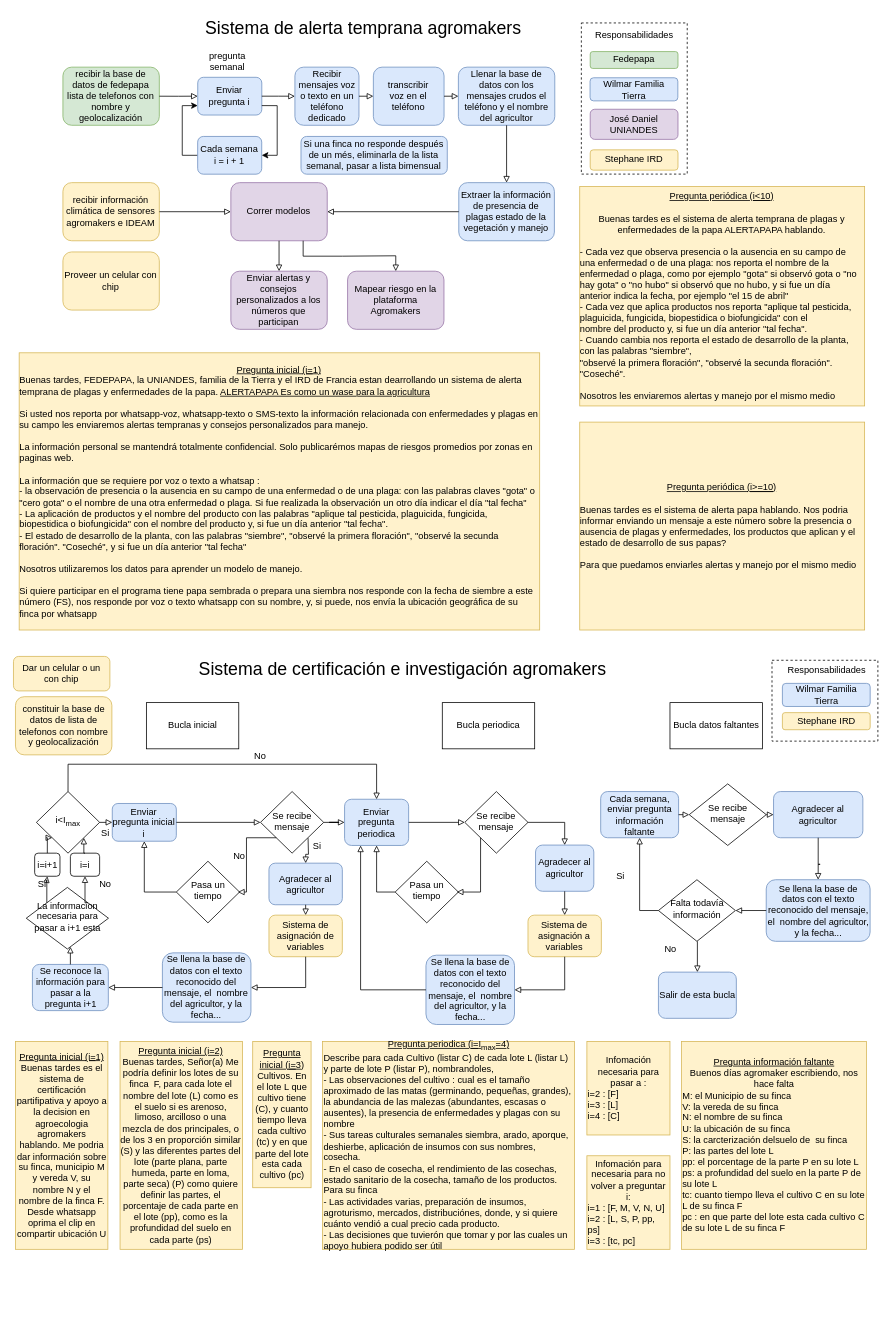
stdupas/agromakersPorVoz keeps this draw.io diagram as AgromakersDataSemanal.drawio. Above is the earlier version. Source tidied: cells renumbered, new cells numbered last; positions are measured from the earlier drawing's top-left corner, leaving out a move shared by most shapes. Both pictures are drawn from the tidied source at 77%, with x=0, y=0 at pixel (13, 20). Pictures stored in the file or linked from it are replaced by grey dashed boxes.
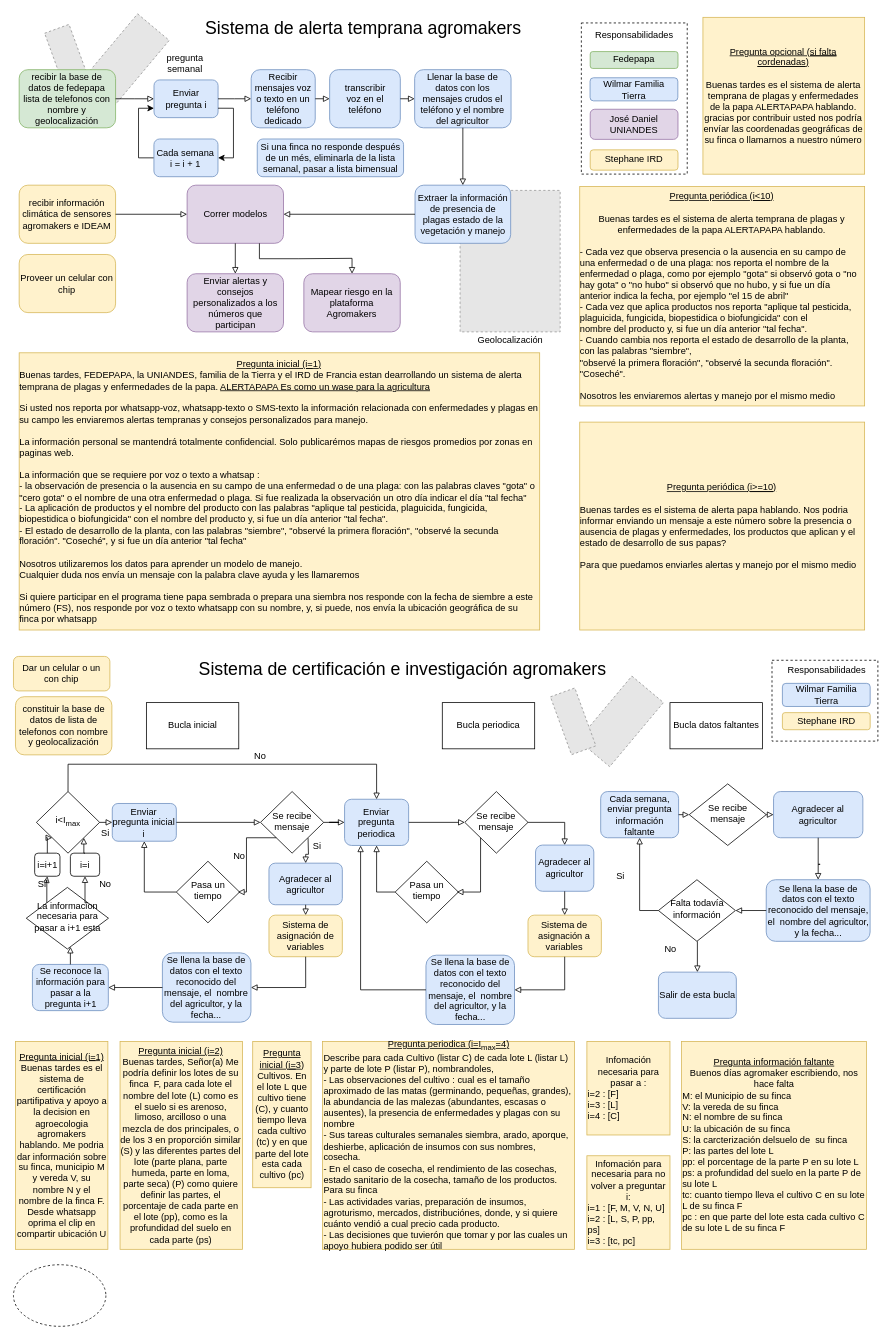
The same page after the edit.

The edit, as a diff of the source:
```diff
@@
+    <mxCell id="115" style="fillColor=#E6E6E6;strokeColor=#999999;dashed=1;verticalLabelPosition=bottom;labelBackgroundColor=#ffffff;verticalAlign=top;rotation=40;" parent="1" vertex="1">
+      <mxGeometry x="120" y="-4" width="53.6" height="108.7" as="geometry" />
+    </mxCell>
+    <mxCell id="116" style="fillColor=#E6E6E6;strokeColor=#999999;dashed=1;verticalLabelPosition=bottom;labelBackgroundColor=#ffffff;verticalAlign=top;rotation=340;" parent="1" vertex="1">
+      <mxGeometry x="53.1" y="8.5" width="33.7" height="80" as="geometry" />
+    </mxCell>
+    <mxCell id="117" style="fillColor=#E6E6E6;strokeColor=#999999;dashed=1;verticalLabelPosition=bottom;labelBackgroundColor=#ffffff;verticalAlign=top;" parent="1" vertex="1">
+      <mxGeometry x="580" y="220.8" width="130" height="183.7" as="geometry" />
+    </mxCell>
@@
-    <mxCell id="3" value="&lt;div&gt;&lt;u&gt;Pregunta inicial &lt;/u&gt;&lt;u&gt;&lt;u&gt;(i=&lt;/u&gt;1)&lt;/u&gt;&lt;br&gt;&lt;/div&gt;&lt;div align=&quot;left&quot;&gt;Buenas tardes, FEDEPAPA, la UNIANDES, familia de la Tierra y el IRD de Francia estan dearrollando un sistema de alerta temprana de plagas y enfermedades de la papa. &lt;u&gt;ALERTAPAPA Es como un wase para la agricultura&lt;/u&gt;&lt;br&gt;&lt;/div&gt;&lt;div align=&quot;left&quot;&gt;&lt;br&gt;&lt;/div&gt;&lt;div align=&quot;left&quot;&gt;Si usted nos reporta por whatsapp-voz, whatsapp-texto o SMS-texto la información relacionada con enfermedades y plagas en su campo les enviaremos alertas tempranas y consejos personalizados para manejo. &lt;br&gt;&lt;/div&gt;&lt;div align=&quot;left&quot;&gt;&lt;br&gt;&lt;/div&gt;&lt;div align=&quot;left&quot;&gt;La información personal se mantendrá totalmente confidencial. Solo publicarémos mapas de riesgos promedios por zonas en paginas web.&lt;br&gt;&lt;/div&gt;&lt;div align=&quot;left&quot;&gt;&lt;br&gt;&lt;/div&gt;&lt;div align=&quot;left&quot;&gt;La información que se requiere por voz o texto a whatsap :&lt;br&gt;&lt;/div&gt;&lt;div align=&quot;left&quot;&gt;- la observación de presencia o la ausencia en su campo de una enfermedad o de una plaga: con las palabras claves &quot;gota&quot; o &quot;cero gota&quot; o el nombre de una otra enfermedad o plaga. Si fue realizada la observación un otro día indicar el día &quot;tal fecha&quot;&lt;/div&gt;&lt;div align=&quot;left&quot;&gt;- La aplicación de productos y el nombre del producto con las palabras &quot;aplique tal pesticida, plaguicida, fungicida, biopestidica o biofungicida&quot; con el nombre del producto y, si fue un día anterior &quot;tal fecha&quot;.&lt;/div&gt;&lt;div align=&quot;left&quot;&gt;- El estado de desarrollo de la planta, con las palabras &quot;siembre&quot;, &quot;observé la primera floración&quot;, &quot;observé la secunda floración&quot;. &quot;Coseché&quot;, y si fue un día anterior &quot;tal fecha&quot;&lt;br&gt;&lt;/div&gt;&lt;div&gt;&lt;br&gt;&lt;/div&gt;&lt;div align=&quot;left&quot;&gt;Nosotros utilizaremos los datos para aprender un modelo de manejo.&lt;/div&gt;&lt;div align=&quot;left&quot;&gt;&lt;br&gt;&lt;/div&gt;&lt;div align=&quot;left&quot;&gt;Si quiere participar en el programa tiene papa sembrada o prepara una siembra nos responde con la fecha de siembre a este número (FS), nos responde por voz o texto whatsapp con su nombre, y, si puede, nos envía la ubicación geográfica de su finca por whatsapp&lt;br&gt;&lt;/div&gt;" style="rounded=0;whiteSpace=wrap;html=1;fillColor=#fff2cc;strokeColor=#d6b656;" parent="1" vertex="1">
+    <mxCell id="3" value="&lt;div&gt;&lt;u&gt;Pregunta inicial &lt;/u&gt;&lt;u&gt;&lt;u&gt;(i=&lt;/u&gt;1)&lt;/u&gt;&lt;br&gt;&lt;/div&gt;&lt;div align=&quot;left&quot;&gt;Buenas tardes, FEDEPAPA, la UNIANDES, familia de la Tierra y el IRD de Francia estan dearrollando un sistema de alerta temprana de plagas y enfermedades de la papa. &lt;u&gt;ALERTAPAPA Es como un wase para la agricultura&lt;/u&gt;&lt;br&gt;&lt;/div&gt;&lt;div align=&quot;left&quot;&gt;&lt;br&gt;&lt;/div&gt;&lt;div align=&quot;left&quot;&gt;Si usted nos reporta por whatsapp-voz, whatsapp-texto o SMS-texto la información relacionada con enfermedades y plagas en su campo les enviaremos alertas tempranas y consejos personalizados para manejo. &lt;br&gt;&lt;/div&gt;&lt;div align=&quot;left&quot;&gt;&lt;br&gt;&lt;/div&gt;&lt;div align=&quot;left&quot;&gt;La información personal se mantendrá totalmente confidencial. Solo publicarémos mapas de riesgos promedios por zonas en paginas web.&lt;br&gt;&lt;/div&gt;&lt;div align=&quot;left&quot;&gt;&lt;br&gt;&lt;/div&gt;&lt;div align=&quot;left&quot;&gt;La información que se requiere por voz o texto a whatsap :&lt;br&gt;&lt;/div&gt;&lt;div align=&quot;left&quot;&gt;- la observación de presencia o la ausencia en su campo de una enfermedad o de una plaga: con las palabras claves &quot;gota&quot; o &quot;cero gota&quot; o el nombre de una otra enfermedad o plaga. Si fue realizada la observación un otro día indicar el día &quot;tal fecha&quot;&lt;/div&gt;&lt;div align=&quot;left&quot;&gt;- La aplicación de productos y el nombre del producto con las palabras &quot;aplique tal pesticida, plaguicida, fungicida, biopestidica o biofungicida&quot; con el nombre del producto y, si fue un día anterior &quot;tal fecha&quot;.&lt;/div&gt;&lt;div align=&quot;left&quot;&gt;- El estado de desarrollo de la planta, con las palabras &quot;siembre&quot;, &quot;observé la primera floración&quot;, &quot;observé la secunda floración&quot;. &quot;Coseché&quot;, y si fue un día anterior &quot;tal fecha&quot;&lt;br&gt;&lt;/div&gt;&lt;div&gt;&lt;br&gt;&lt;/div&gt;&lt;div align=&quot;left&quot;&gt;Nosotros utilizaremos los datos para aprender un modelo de manejo.&lt;/div&gt;&lt;div align=&quot;left&quot;&gt;Cualquier duda nos envía un mensaje con la palabra clave ayuda y les llamaremos&lt;br&gt;&lt;/div&gt;&lt;div align=&quot;left&quot;&gt;&lt;br&gt;&lt;/div&gt;&lt;div align=&quot;left&quot;&gt;Si quiere participar en el programa tiene papa sembrada o prepara una siembra nos responde con la fecha de siembre a este número (FS), nos responde por voz o texto whatsapp con su nombre, y, si puede, nos envía la ubicación geográfica de su finca por whatsapp&lt;br&gt;&lt;/div&gt;" style="rounded=0;whiteSpace=wrap;html=1;fillColor=#fff2cc;strokeColor=#d6b656;" parent="1" vertex="1">
       <mxGeometry x="7.4" y="431.7" width="676" height="360" as="geometry" />
     </mxCell>
@@
     <mxCell id="6" value="Enviar pregunta i" style="rounded=1;whiteSpace=wrap;html=1;fillColor=#dae8fc;strokeColor=#6c8ebf;" parent="1" vertex="1">
-      <mxGeometry x="239.3" y="73.9" width="83.2" height="49" as="geometry" />
+      <mxGeometry x="182.5" y="77.3" width="83.2" height="49" as="geometry" />
     </mxCell>
     <mxCell id="7" value="Recibir mensajes voz o texto en un teléfono dedicado" style="rounded=1;whiteSpace=wrap;html=1;fillColor=#dae8fc;strokeColor=#6c8ebf;" parent="1" vertex="1">
-      <mxGeometry x="365.5" y="60.7" width="83.2" height="75.5" as="geometry" />
+      <mxGeometry x="308.7" y="64" width="83.2" height="75.5" as="geometry" />
     </mxCell>
@@
     <mxCell id="10" value="Llenar la base de datos con los mensajes crudos el teléfono y el nombre del agricultor" style="rounded=1;whiteSpace=wrap;html=1;fillColor=#dae8fc;strokeColor=#6c8ebf;" parent="1" vertex="1">
-      <mxGeometry x="577.8" y="60.7" width="125.2" height="75.5" as="geometry" />
+      <mxGeometry x="521" y="64" width="125.2" height="75.5" as="geometry" />
     </mxCell>
     <mxCell id="11" value="recibir la base de datos de fedepapa lista de telefonos con nombre y geolocalización" style="rounded=1;whiteSpace=wrap;html=1;fillColor=#d5e8d4;strokeColor=#82b366;" parent="1" vertex="1">
-      <mxGeometry x="64.2" y="60.7" width="125.2" height="75.5" as="geometry" />
+      <mxGeometry x="7.4" y="64" width="125.2" height="75.5" as="geometry" />
     </mxCell>
     <mxCell id="12" value="recibir información climática de sensores agromakers e IDEAM" style="rounded=1;whiteSpace=wrap;html=1;fillColor=#fff2cc;strokeColor=#d6b656;" parent="1" vertex="1">
-      <mxGeometry x="64.2" y="210.7" width="125.2" height="75.5" as="geometry" />
+      <mxGeometry x="7.4" y="214" width="125.2" height="75.5" as="geometry" />
     </mxCell>
     <mxCell id="13" value="Extraer la información de presencia de plagas estado de la vegetación y manejo" style="rounded=1;whiteSpace=wrap;html=1;fillColor=#dae8fc;strokeColor=#6c8ebf;" parent="1" vertex="1">
-      <mxGeometry x="578.3" y="210.7" width="124.2" height="75.5" as="geometry" />
+      <mxGeometry x="521.5" y="214" width="124.2" height="75.5" as="geometry" />
     </mxCell>
@@
     <mxCell id="16" value="Correr modelos" style="rounded=1;whiteSpace=wrap;html=1;fillColor=#e1d5e7;strokeColor=#9673a6;" parent="1" vertex="1">
-      <mxGeometry x="282.3" y="210.7" width="125.2" height="75.5" as="geometry" />
+      <mxGeometry x="225.5" y="214" width="125.2" height="75.5" as="geometry" />
     </mxCell>
@@
     <mxCell id="19" value="Enviar alertas y consejos personalizados a los números que participan" style="rounded=1;whiteSpace=wrap;html=1;fillColor=#e1d5e7;strokeColor=#9673a6;" parent="1" vertex="1">
-      <mxGeometry x="282.3" y="325.7" width="125.2" height="75.5" as="geometry" />
+      <mxGeometry x="225.5" y="329" width="125.2" height="75.5" as="geometry" />
     </mxCell>
@@
     <mxCell id="22" value="&lt;div&gt;Cada semana &lt;br&gt;&lt;/div&gt;&lt;div&gt;i = i + 1&lt;/div&gt;" style="rounded=1;whiteSpace=wrap;html=1;fillColor=#dae8fc;strokeColor=#6c8ebf;" parent="1" vertex="1">
-      <mxGeometry x="239.2" y="150.7" width="83.2" height="49" as="geometry" />
+      <mxGeometry x="182.4" y="154" width="83.2" height="49" as="geometry" />
     </mxCell>
@@
     <mxCell id="24" value="Proveer un celular con chip" style="rounded=1;whiteSpace=wrap;html=1;fillColor=#fff2cc;strokeColor=#d6b656;" parent="1" vertex="1">
-      <mxGeometry x="64.2" y="300.7" width="125.2" height="75.5" as="geometry" />
+      <mxGeometry x="7.4" y="304" width="125.2" height="75.5" as="geometry" />
     </mxCell>
@@
     <mxCell id="26" value="&lt;div&gt;transcribir &lt;br&gt;&lt;/div&gt;&lt;div&gt;voz en el &lt;br&gt;&lt;/div&gt;&lt;div&gt;teléfono&lt;/div&gt;" style="rounded=1;whiteSpace=wrap;html=1;fillColor=#dae8fc;strokeColor=#6c8ebf;" parent="1" vertex="1">
-      <mxGeometry x="467.4" y="60.7" width="91.8" height="75.5" as="geometry" />
+      <mxGeometry x="410.6" y="64" width="91.8" height="75.5" as="geometry" />
     </mxCell>
@@
     <mxCell id="31" value="Mapear riesgo en la plataforma Agromakers" style="rounded=1;whiteSpace=wrap;html=1;fillColor=#e1d5e7;strokeColor=#9673a6;" parent="1" vertex="1">
-      <mxGeometry x="433.9" y="325.7" width="125.2" height="75.5" as="geometry" />
+      <mxGeometry x="377.1" y="329" width="125.2" height="75.5" as="geometry" />
     </mxCell>
@@
     <mxCell id="34" value="pregunta semanal" style="text;html=1;strokeColor=none;fillColor=none;align=center;verticalAlign=middle;whiteSpace=wrap;rounded=0;" parent="1" vertex="1">
-      <mxGeometry x="258.2" y="42.7" width="40" height="20" as="geometry" />
+      <mxGeometry x="203.4" y="46" width="40" height="20" as="geometry" />
     </mxCell>
     <mxCell id="35" value="Si una finca no responde después de un més, eliminarla de la lista semanal, pasar a lista bimensual" style="rounded=1;whiteSpace=wrap;html=1;fillColor=#dae8fc;strokeColor=#6c8ebf;" parent="1" vertex="1">
-      <mxGeometry x="373.4" y="150.7" width="190" height="49" as="geometry" />
+      <mxGeometry x="316.6" y="154" width="190" height="49" as="geometry" />
     </mxCell>
@@
+    <mxCell id="118" value="&lt;div&gt;&lt;u&gt;Pregunta opcional &lt;/u&gt;&lt;u&gt;&lt;u&gt;(si falta cordenadas&lt;/u&gt;)&lt;/u&gt;&lt;br&gt;&lt;/div&gt;&lt;div&gt;&lt;br&gt;&lt;/div&gt;&lt;div&gt;Buenas tardes es el sistema de alerta temprana de plagas y enfermedades de la papa ALERTAPAPA hablando. gracias por contribuir usted nos podría envíar las coordenadas geográficas de su finca o llamarnos a nuestro número&lt;br&gt;&lt;/div&gt;" style="rounded=0;whiteSpace=wrap;html=1;fillColor=#fff2cc;strokeColor=#d6b656;" parent="1" vertex="1">
+      <mxGeometry x="895.4" y="-4" width="210" height="203.7" as="geometry" />
+    </mxCell>
+    <mxCell id="119" value="Geolocalización" style="text;html=1;align=center;verticalAlign=middle;" parent="1" vertex="1">
+      <mxGeometry x="595" y="404.5" width="100" height="20" as="geometry" />
+    </mxCell>
+    <mxCell id="120" style="ellipse;whiteSpace=wrap;html=1;dashed=1;fillColor=none;" parent="1" vertex="1">
+      <mxGeometry y="1616" width="120" height="80" as="geometry" />
+    </mxCell>
+    <mxCell id="121" style="fillColor=#E6E6E6;strokeColor=#999999;dashed=1;verticalLabelPosition=bottom;labelBackgroundColor=#ffffff;verticalAlign=top;rotation=40;" parent="1" vertex="1">
+      <mxGeometry x="761.9" y="856" width="53.6" height="108.7" as="geometry" />
+    </mxCell>
+    <mxCell id="122" style="fillColor=#E6E6E6;strokeColor=#999999;dashed=1;verticalLabelPosition=bottom;labelBackgroundColor=#ffffff;verticalAlign=top;rotation=340;" parent="1" vertex="1">
+      <mxGeometry x="710" y="870.3" width="33.7" height="80" as="geometry" />
+    </mxCell>
```
